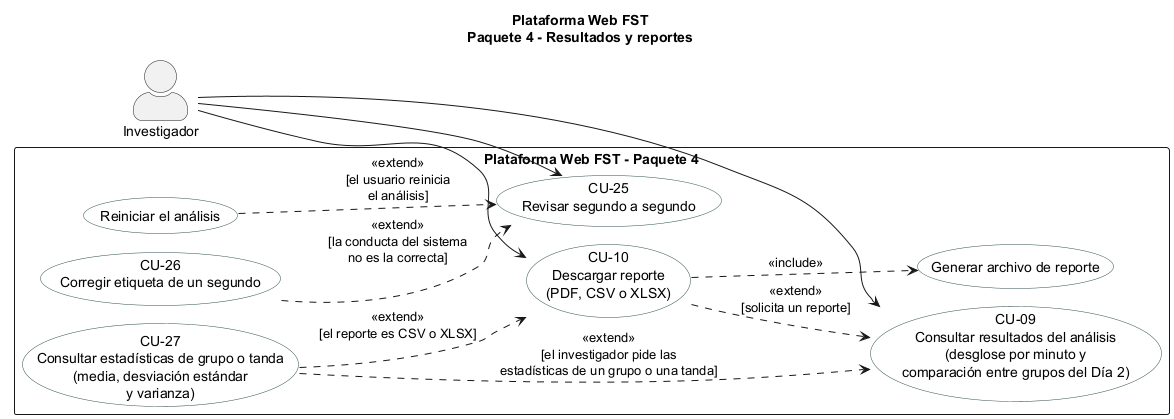
This is figures/diagramas/cu_paquete4.png from ErickJester/fst-ai-system-latex, a PlantUML export, as it was before one commit.
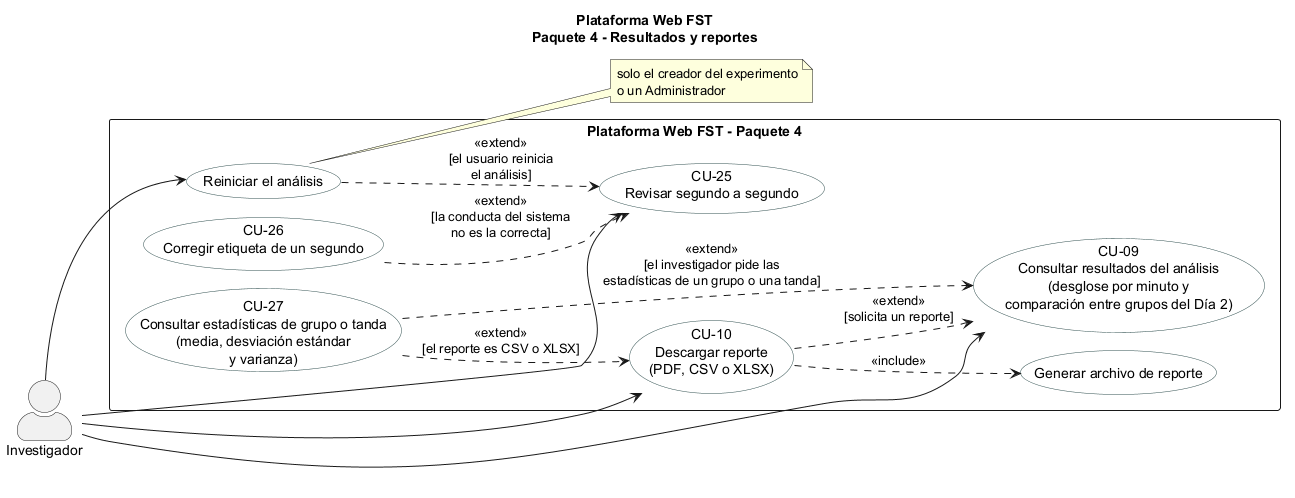
The same file after the commit.

What changed in the source:
```diff
@@ -21,6 +21,11 @@
 INV --> CU09
 INV --> CU10
 INV --> CU25
+INV --> UC25R
+note right of UC25R
+  solo el creador del experimento
+  o un Administrador
+end note
 CU10 ..> CU09 : <<extend>>\n[solicita un reporte]
 CU10 ..> UC46 : <<include>>
 CU26 ..> CU25 : <<extend>>\n[la conducta del sistema\nno es la correcta]
```
